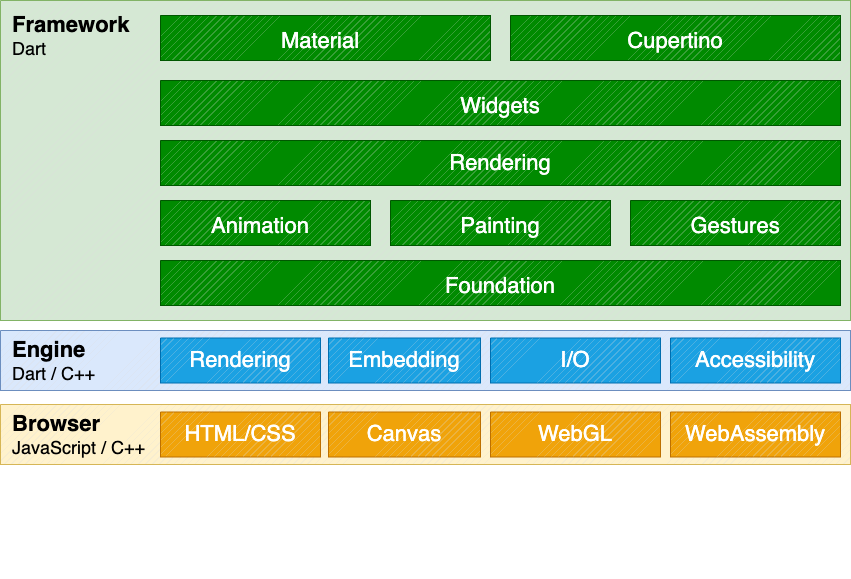
Earlier version of the draw.io export src/content/assets/images/docs/arch-overview/web-framework-diagram.drawio.png (flutter/website). Source tidied: cells renumbered, new cells last; positions are measured from the earlier drawing's top-left corner, leaving out a move shared by most shapes.
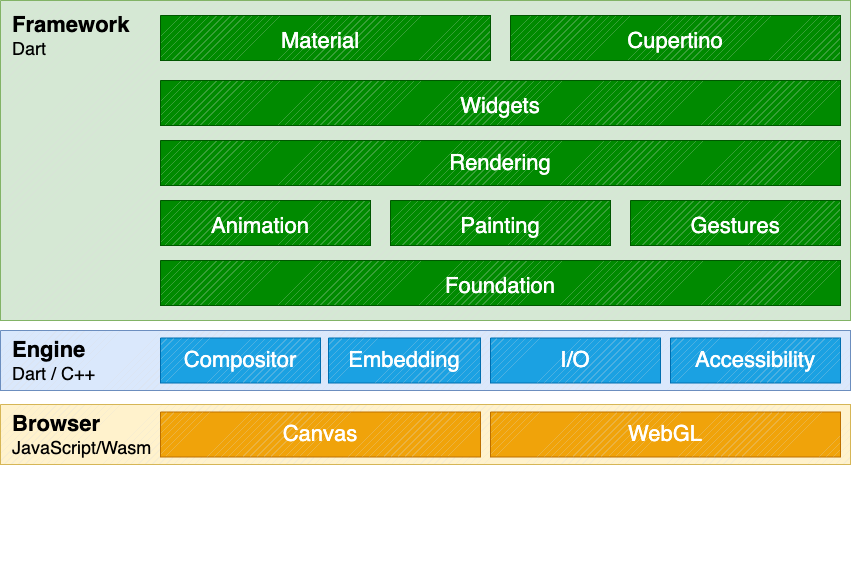
After the change.

Change to the diagram source:
```diff
@@ -17,7 +17,7 @@
         <mxPoint x="145" y="570" as="targetPoint" />
       </mxGeometry>
     </mxCell>
-    <mxCell id="6" value="&lt;font style=&quot;font-size: 22px;&quot;&gt;&lt;b&gt;Browser&lt;/b&gt;&lt;/font&gt;&lt;div&gt;&lt;font style=&quot;font-size: 18px;&quot;&gt;JavaScript / C++&lt;/font&gt;&lt;/div&gt;" style="text;html=1;align=left;verticalAlign=middle;whiteSpace=wrap;rounded=0;" parent="1" vertex="1">
+    <mxCell id="6" value="&lt;font style=&quot;font-size: 22px;&quot;&gt;&lt;b&gt;Browser&lt;/b&gt;&lt;/font&gt;&lt;div&gt;&lt;font style=&quot;font-size: 18px;&quot;&gt;JavaScript/Wasm&lt;/font&gt;&lt;/div&gt;" style="text;html=1;align=left;verticalAlign=middle;whiteSpace=wrap;rounded=0;" parent="1" vertex="1">
       <mxGeometry x="10" y="419" width="150" height="30" as="geometry" />
     </mxCell>
     <mxCell id="7" style="verticalLabelPosition=bottom;verticalAlign=top;html=1;shape=mxgraph.basic.patternFillRect;fillStyle=diag;step=5;fillStrokeWidth=0.2;fillStrokeColor=#dddddd;fillColor=#008a00;fontColor=#ffffff;strokeColor=#005700;" parent="1" vertex="1">
@@ -68,30 +68,18 @@
     <mxCell id="22" value="&lt;span style=&quot;font-size: 22px;&quot;&gt;Painting&lt;/span&gt;" style="text;html=1;align=center;verticalAlign=middle;whiteSpace=wrap;rounded=0;fontSize=28;fontColor=light-dark(#ffffff, #ededed);" parent="1" vertex="1">
       <mxGeometry x="460" y="205" width="80" height="35" as="geometry" />
     </mxCell>
-    <mxCell id="23" style="verticalLabelPosition=bottom;verticalAlign=top;html=1;shape=mxgraph.basic.patternFillRect;fillStyle=diag;step=5;fillStrokeWidth=0.2;fillStrokeColor=#dddddd;fillColor=#f0a30a;fontColor=#000000;strokeColor=#BD7000;" parent="1" vertex="1">
-      <mxGeometry x="160" y="411.5" width="160" height="45" as="geometry" />
-    </mxCell>
     <mxCell id="24" style="verticalLabelPosition=bottom;verticalAlign=top;html=1;shape=mxgraph.basic.patternFillRect;fillStyle=diag;step=5;fillStrokeWidth=0.2;fillStrokeColor=#dddddd;fillColor=#f0a30a;fontColor=#000000;strokeColor=#BD7000;" parent="1" vertex="1">
-      <mxGeometry x="328" y="411.5" width="152" height="45" as="geometry" />
+      <mxGeometry x="160" y="411.5" width="320" height="45" as="geometry" />
     </mxCell>
     <mxCell id="25" style="verticalLabelPosition=bottom;verticalAlign=top;html=1;shape=mxgraph.basic.patternFillRect;fillStyle=diag;step=5;fillStrokeWidth=0.2;fillStrokeColor=#dddddd;fillColor=#f0a30a;fontColor=#000000;strokeColor=#BD7000;" parent="1" vertex="1">
-      <mxGeometry x="490" y="411.5" width="170" height="45" as="geometry" />
+      <mxGeometry x="490" y="411.5" width="350" height="45" as="geometry" />
     </mxCell>
-    <mxCell id="26" style="verticalLabelPosition=bottom;verticalAlign=top;html=1;shape=mxgraph.basic.patternFillRect;fillStyle=diag;step=5;fillStrokeWidth=0.2;fillStrokeColor=#dddddd;fillColor=#f0a30a;fontColor=#000000;strokeColor=#BD7000;" parent="1" vertex="1">
-      <mxGeometry x="670" y="411.5" width="170" height="45" as="geometry" />
-    </mxCell>
-    <mxCell id="27" value="&lt;font style=&quot;font-size: 22px; color: rgb(255, 255, 255);&quot;&gt;HTML/CSS&lt;/font&gt;" style="text;html=1;align=center;verticalAlign=middle;whiteSpace=wrap;rounded=0;" parent="1" vertex="1">
-      <mxGeometry x="210" y="419" width="60" height="30" as="geometry" />
-    </mxCell>
     <mxCell id="28" value="&lt;font style=&quot;font-size: 22px; color: rgb(255, 255, 255);&quot;&gt;Canvas&lt;/font&gt;" style="text;html=1;align=center;verticalAlign=middle;whiteSpace=wrap;rounded=0;" parent="1" vertex="1">
-      <mxGeometry x="374" y="419" width="60" height="30" as="geometry" />
+      <mxGeometry x="290" y="419" width="60" height="30" as="geometry" />
     </mxCell>
     <mxCell id="29" value="&lt;font style=&quot;font-size: 22px; color: rgb(255, 255, 255);&quot;&gt;WebGL&lt;/font&gt;" style="text;html=1;align=center;verticalAlign=middle;whiteSpace=wrap;rounded=0;" parent="1" vertex="1">
-      <mxGeometry x="545" y="419" width="60" height="30" as="geometry" />
+      <mxGeometry x="635" y="419" width="60" height="30" as="geometry" />
     </mxCell>
-    <mxCell id="30" value="&lt;font style=&quot;font-size: 22px; color: rgb(255, 255, 255);&quot;&gt;WebAssembly&lt;/font&gt;" style="text;html=1;align=center;verticalAlign=middle;whiteSpace=wrap;rounded=0;" parent="1" vertex="1">
-      <mxGeometry x="725" y="419" width="60" height="30" as="geometry" />
-    </mxCell>
     <mxCell id="31" style="verticalLabelPosition=bottom;verticalAlign=top;html=1;shape=mxgraph.basic.patternFillRect;fillStyle=diag;step=5;fillStrokeWidth=0.2;fillStrokeColor=#dddddd;fillColor=#dae8fc;strokeColor=#6c8ebf;labelBackgroundColor=default;textShadow=1;" parent="1" vertex="1">
       <mxGeometry y="330" width="850" height="60" as="geometry" />
     </mxCell>
@@ -110,7 +98,7 @@
     <mxCell id="36" style="verticalLabelPosition=bottom;verticalAlign=top;html=1;shape=mxgraph.basic.patternFillRect;fillStyle=diag;step=5;fillStrokeWidth=0.2;fillStrokeColor=#dddddd;fillColor=#1ba1e2;fontColor=#ffffff;strokeColor=#006EAF;" parent="1" vertex="1">
       <mxGeometry x="670" y="337.5" width="170" height="45" as="geometry" />
     </mxCell>
-    <mxCell id="37" value="&lt;font style=&quot;font-size: 22px; color: rgb(255, 255, 255);&quot;&gt;Rendering&lt;/font&gt;" style="text;html=1;align=center;verticalAlign=middle;whiteSpace=wrap;rounded=0;" parent="1" vertex="1">
+    <mxCell id="37" value="&lt;font style=&quot;font-size: 22px; color: rgb(255, 255, 255);&quot;&gt;Compositor&lt;/font&gt;" style="text;html=1;align=center;verticalAlign=middle;whiteSpace=wrap;rounded=0;" parent="1" vertex="1">
       <mxGeometry x="210" y="345" width="60" height="30" as="geometry" />
     </mxCell>
     <mxCell id="38" value="&lt;font style=&quot;font-size: 22px; color: rgb(255, 255, 255);&quot;&gt;Embedding&lt;/font&gt;" style="text;html=1;align=center;verticalAlign=middle;whiteSpace=wrap;rounded=0;" parent="1" vertex="1">
```
